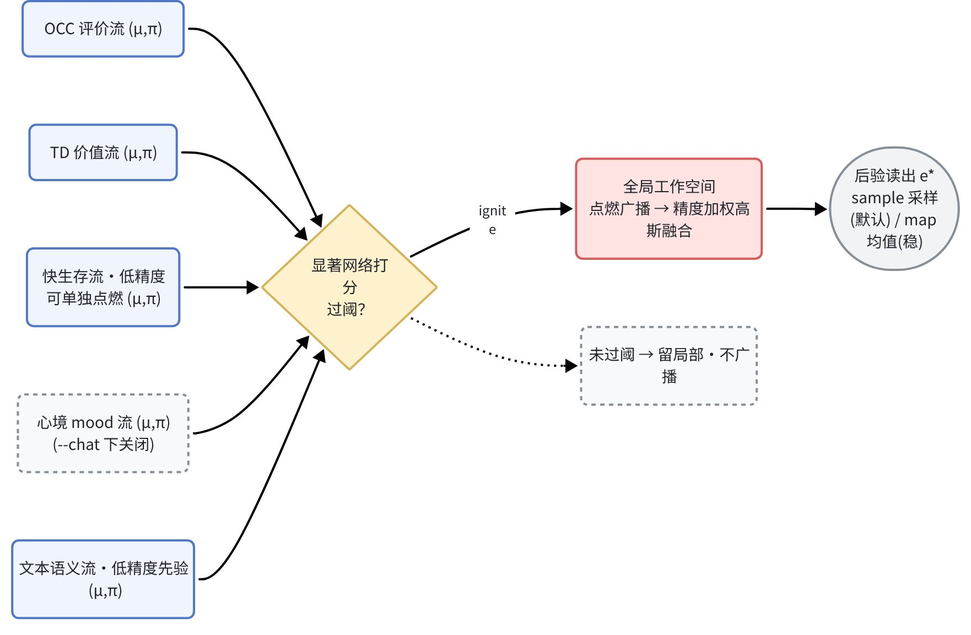
Earlier version of the Mermaid export docs/v2/workspace-ignition.png (WizardHeHeJun/Zero). Its source is kept beside it as docs/v2/workspace-ignition.mmd. Source of this version:
```mermaid
flowchart LR
  occ["OCC 评价流 (μ,π)"]:::stream
  val["TD 价值流 (μ,π)"]:::stream
  sur["快生存流·低精度<br/>可单独点燃 (μ,π)"]:::stream
  moo["心境 mood 流 (μ,π)<br/>(--chat 下关闭)"]:::muted
  sem["文本语义流·低精度先验 (μ,π)"]:::stream
  sal{"显著网络打分<br/>过阈？"}:::gate
  gw["全局工作空间<br/>点燃广播 → 精度加权高斯融合"]:::engine
  loc["未过阈 → 留局部·不广播"]:::muted
  estar(["后验读出 e*<br/>sample 采样(默认) / map 均值(稳)"]):::terminal

  occ & val & sur & moo & sem --> sal
  sal -->|"ignite"| gw --> estar
  sal -.-> loc

  classDef stream fill:#F0F4FC,stroke:#5178C6,color:#1F2329
  classDef gate fill:#FEF1CE,stroke:#D4B45B,color:#1F2329
  classDef engine fill:#FEE3E2,stroke:#D25D5A,color:#1F2329
  classDef muted fill:#F8F9FA,stroke:#868E96,stroke-dasharray:5 5,color:#5C6370
  classDef terminal fill:#F1F3F5,stroke:#868E96,color:#1F2329
```
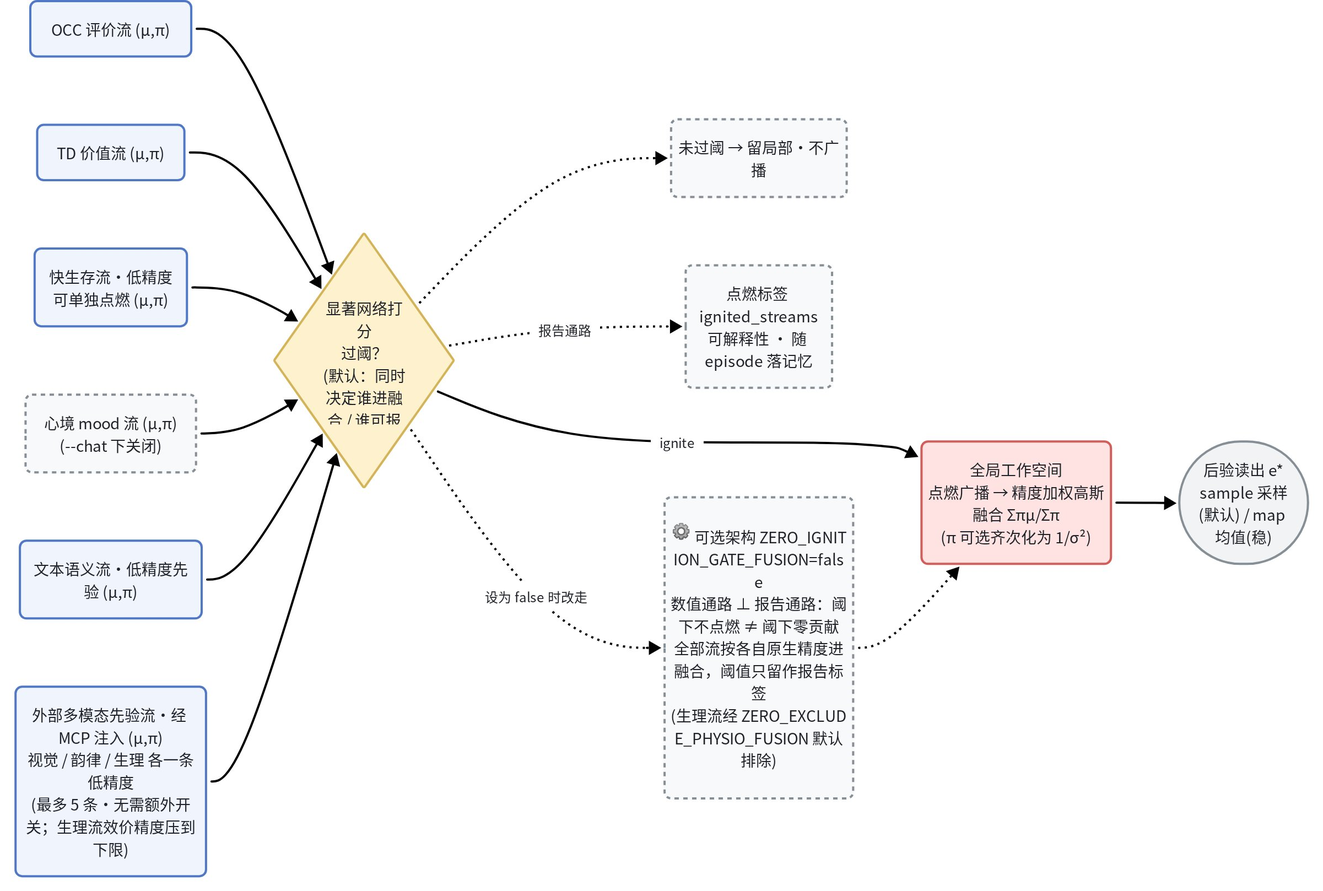
The same diagram one commit later.

The edit, as a diff of the source:
```diff
@@ -4,14 +4,20 @@
   sur["快生存流·低精度<br/>可单独点燃 (μ,π)"]:::stream
   moo["心境 mood 流 (μ,π)<br/>(--chat 下关闭)"]:::muted
   sem["文本语义流·低精度先验 (μ,π)"]:::stream
-  sal{"显著网络打分<br/>过阈？"}:::gate
-  gw["全局工作空间<br/>点燃广播 → 精度加权高斯融合"]:::engine
+  ext["外部多模态先验流·经 MCP 注入 (μ,π)<br/>视觉 / 韵律 / 生理 各一条低精度<br/>(最多 5 条·无需额外开关；生理流效价精度压到下限)"]:::stream
+  sal{"显著网络打分<br/>过阈？<br/>(默认：同时决定谁进融合 / 谁可报告)"}:::gate
+  gw["全局工作空间<br/>点燃广播 → 精度加权高斯融合 Σπμ/Σπ<br/>(π 可选齐次化为 1/σ²)"]:::engine
   loc["未过阈 → 留局部·不广播"]:::muted
+  rep["点燃标签 ignited_streams<br/>可解释性 · 随 episode 落记忆"]:::muted
+  bypass["⚙️ 可选架构 ZERO_IGNITION_GATE_FUSION=false<br/>数值通路 ⊥ 报告通路：阈下不点燃 ≠ 阈下零贡献<br/>全部流按各自原生精度进融合，阈值只留作报告标签<br/>(生理流经 ZERO_EXCLUDE_PHYSIO_FUSION 默认排除)"]:::muted
   estar(["后验读出 e*<br/>sample 采样(默认) / map 均值(稳)"]):::terminal
 
-  occ & val & sur & moo & sem --> sal
+  occ & val & sur & moo & sem & ext --> sal
   sal -->|"ignite"| gw --> estar
   sal -.-> loc
+  sal -.->|"报告通路"| rep
+  sal -.->|"设为 false 时改走"| bypass
+  bypass -.-> gw
 
   classDef stream fill:#F0F4FC,stroke:#5178C6,color:#1F2329
   classDef gate fill:#FEF1CE,stroke:#D4B45B,color:#1F2329
```
